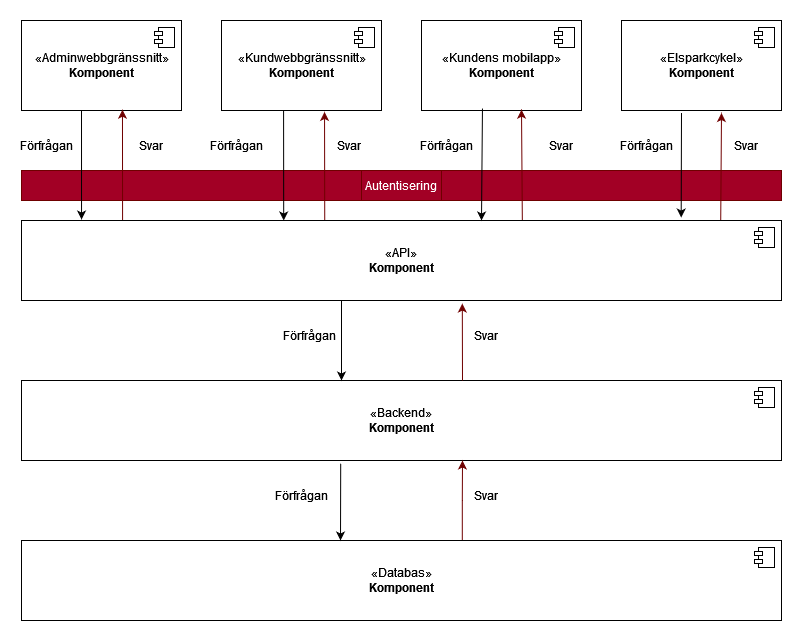
sonnerberg/vteam-sds keeps this draw.io diagram as sds_sammansatt/komponenter_översikt.png. Above is the earlier version. Source tidied: cells renumbered, new cells last; positions are measured from the earlier drawing's top-left corner, leaving out a move shared by most shapes.
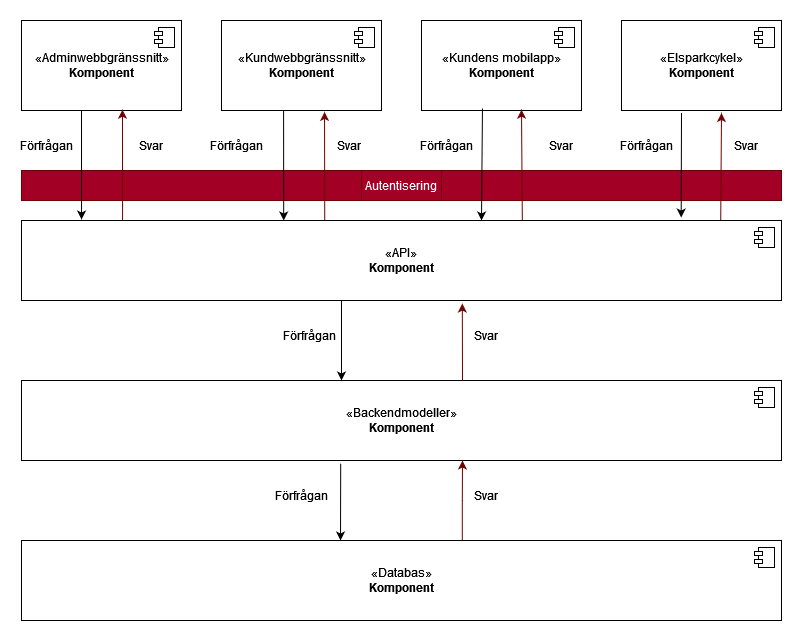
After the commit.

Commit message:
Ändra bild så att Backend blir Backendmodeller

The edit, as a diff of the source:
```diff
@@ -19,7 +19,7 @@
         <mxPoint x="-27" y="7" as="offset" />
       </mxGeometry>
     </mxCell>
-    <mxCell id="7" value="«Backend»&lt;br&gt;&lt;b&gt;Komponent&lt;/b&gt;" style="html=1;" parent="1" vertex="1">
+    <mxCell id="7" value="«Backendmodeller»&lt;br&gt;&lt;b&gt;Komponent&lt;/b&gt;" style="html=1;" parent="1" vertex="1">
       <mxGeometry y="360" width="760" height="80" as="geometry" />
     </mxCell>
     <mxCell id="8" style="shape=module;jettyWidth=8;jettyHeight=4;" parent="7" vertex="1">
```
